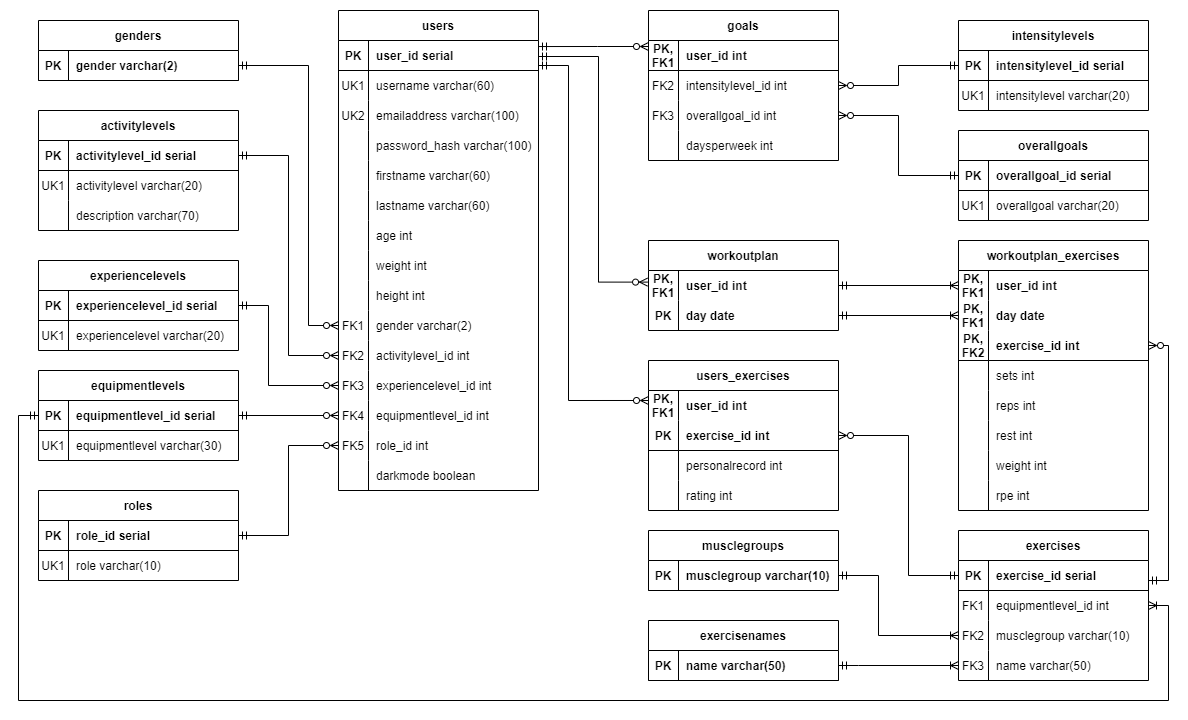
Before: db-related/ER_diagram.png, a diagram exported from draw.io (deanpayne6/fitForgeBackEnd). Source tidied: cells renumbered, new cells last; positions are measured from the earlier drawing's top-left corner, leaving out a move shared by most shapes.
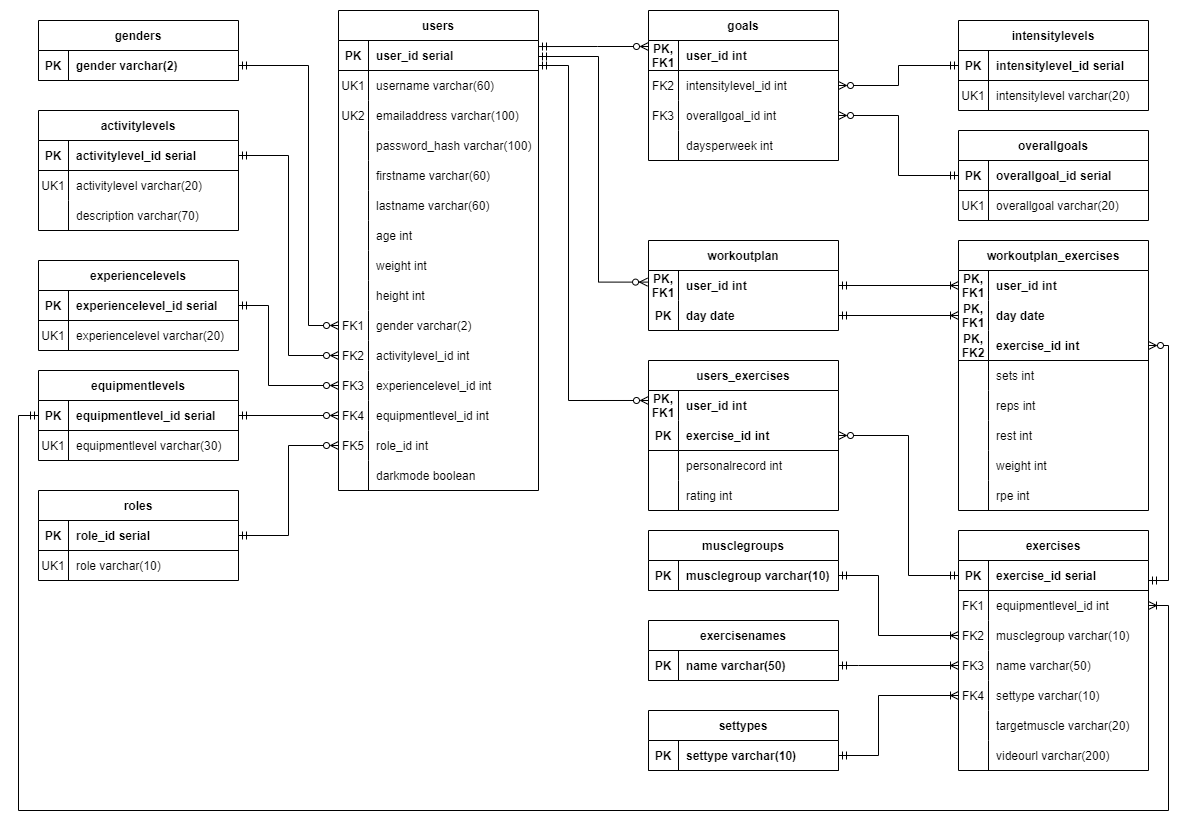
After the commit.

What changed in the source:
```diff
@@ -393,7 +393,7 @@
       <mxGeometry relative="1" as="geometry" />
     </mxCell>
     <mxCell id="125" value="exercises" style="shape=table;startSize=30;rowLines=0;fontStyle=1;align=center;strokeColor=default;" parent="1" vertex="1">
-      <mxGeometry x="940" y="520" width="190" height="150" as="geometry" />
+      <mxGeometry x="940" y="520" width="190" height="240" as="geometry" />
     </mxCell>
     <mxCell id="126" style="shape=tableRow;horizontal=0;startSize=0;swimlaneHead=0;swimlaneBody=0;fillColor=none;points=[[0,0.5],[1,0.5]];portConstraint=eastwest;top=0;left=0;right=0;bottom=1;strokeColor=default;" parent="125" vertex="1">
       <mxGeometry y="30" width="190" height="30" as="geometry" />
@@ -431,6 +431,33 @@
     <mxCell id="137" value="name varchar(50)" style="shape=partialRectangle;fillColor=none;top=0;left=0;bottom=0;right=0;align=left;spacingLeft=6;overflow=hidden;strokeColor=default;" parent="135" vertex="1">
       <mxGeometry x="30" width="160" height="30" as="geometry" />
     </mxCell>
+    <mxCell id="193" style="shape=tableRow;horizontal=0;startSize=0;swimlaneHead=0;swimlaneBody=0;fillColor=none;points=[[0,0.5],[1,0.5]];portConstraint=eastwest;top=0;left=0;right=0;bottom=0;strokeColor=default;" parent="125" vertex="1">
+      <mxGeometry y="150" width="190" height="30" as="geometry" />
+    </mxCell>
+    <mxCell id="194" value="FK4" style="shape=partialRectangle;fillColor=none;top=0;left=0;bottom=0;right=0;overflow=hidden;strokeColor=default;" parent="193" vertex="1">
+      <mxGeometry width="30" height="30" as="geometry" />
+    </mxCell>
+    <mxCell id="195" value="settype varchar(10)" style="shape=partialRectangle;fillColor=none;top=0;left=0;bottom=0;right=0;align=left;spacingLeft=6;overflow=hidden;strokeColor=default;" parent="193" vertex="1">
+      <mxGeometry x="30" width="160" height="30" as="geometry" />
+    </mxCell>
+    <mxCell id="196" style="shape=tableRow;horizontal=0;startSize=0;swimlaneHead=0;swimlaneBody=0;fillColor=none;top=0;left=0;right=0;bottom=0;strokeColor=default;" parent="125" vertex="1">
+      <mxGeometry y="180" width="190" height="30" as="geometry" />
+    </mxCell>
+    <mxCell id="197" style="shape=partialRectangle;fillColor=none;top=0;left=0;bottom=0;right=0;overflow=hidden;strokeColor=default;" parent="196" vertex="1">
+      <mxGeometry width="30" height="30" as="geometry" />
+    </mxCell>
+    <mxCell id="198" value="targetmuscle varchar(20)" style="shape=partialRectangle;fillColor=none;top=0;left=0;bottom=0;right=0;align=left;spacingLeft=6;overflow=hidden;strokeColor=default;" parent="196" vertex="1">
+      <mxGeometry x="30" width="160" height="30" as="geometry" />
+    </mxCell>
+    <mxCell id="199" style="shape=tableRow;horizontal=0;startSize=0;swimlaneHead=0;swimlaneBody=0;fillColor=none;top=0;left=0;right=0;bottom=0;strokeColor=default;" parent="125" vertex="1">
+      <mxGeometry y="210" width="190" height="30" as="geometry" />
+    </mxCell>
+    <mxCell id="200" style="shape=partialRectangle;fillColor=none;top=0;left=0;bottom=0;right=0;overflow=hidden;strokeColor=default;" parent="199" vertex="1">
+      <mxGeometry width="30" height="30" as="geometry" />
+    </mxCell>
+    <mxCell id="201" value="videourl varchar(200)" style="shape=partialRectangle;fillColor=none;top=0;left=0;bottom=0;right=0;align=left;spacingLeft=6;overflow=hidden;strokeColor=default;" parent="199" vertex="1">
+      <mxGeometry x="30" width="160" height="30" as="geometry" />
+    </mxCell>
     <mxCell id="138" value="workoutplan" style="shape=table;startSize=30;rowLines=0;fontStyle=1;align=center;" parent="1" vertex="1">
       <mxGeometry x="630" y="230" width="190" height="90" as="geometry" />
     </mxCell>
@@ -578,8 +605,8 @@
       <mxGeometry relative="1" as="geometry">
         <Array as="points">
           <mxPoint y="405" />
-          <mxPoint y="690" />
-          <mxPoint x="1150" y="690" />
+          <mxPoint y="800" />
+          <mxPoint x="1150" y="800" />
           <mxPoint x="1150" y="595" />
         </Array>
       </mxGeometry>
@@ -624,5 +651,25 @@
         </Array>
       </mxGeometry>
     </mxCell>
+    <mxCell id="202" value="settypes" style="shape=table;startSize=30;rowLines=0;fontStyle=1;align=center;strokeColor=default;" parent="1" vertex="1">
+      <mxGeometry x="630" y="700" width="190" height="60" as="geometry" />
+    </mxCell>
+    <mxCell id="203" style="shape=tableRow;horizontal=0;startSize=0;swimlaneHead=0;swimlaneBody=0;fillColor=none;points=[[0,0.5],[1,0.5]];portConstraint=eastwest;top=0;left=0;right=0;bottom=1;strokeColor=default;" parent="202" vertex="1">
+      <mxGeometry y="30" width="190" height="30" as="geometry" />
+    </mxCell>
+    <mxCell id="204" value="PK" style="shape=partialRectangle;fillColor=none;top=0;left=0;bottom=0;right=0;fontStyle=1;overflow=hidden;strokeColor=default;" parent="203" vertex="1">
+      <mxGeometry width="30" height="30" as="geometry" />
+    </mxCell>
+    <mxCell id="205" value="settype varchar(10)" style="shape=partialRectangle;fillColor=none;top=0;left=0;bottom=0;right=0;align=left;spacingLeft=6;fontStyle=1;overflow=hidden;strokeColor=default;" parent="203" vertex="1">
+      <mxGeometry x="30" width="160" height="30" as="geometry" />
+    </mxCell>
+    <mxCell id="206" style="edgeStyle=orthogonalEdgeStyle;rounded=0;jettySize=auto;html=1;entryX=0;entryY=0.5;entryDx=0;entryDy=0;startArrow=ERmandOne;startFill=0;endArrow=ERoneToMany;endFill=0;" parent="1" edge="1" source="203" target="193">
+      <mxGeometry relative="1" as="geometry">
+        <Array as="points">
+          <mxPoint x="860" y="745" />
+          <mxPoint x="860" y="685" />
+        </Array>
+      </mxGeometry>
+    </mxCell>
   </root>
 </mxGraphModel>
```
